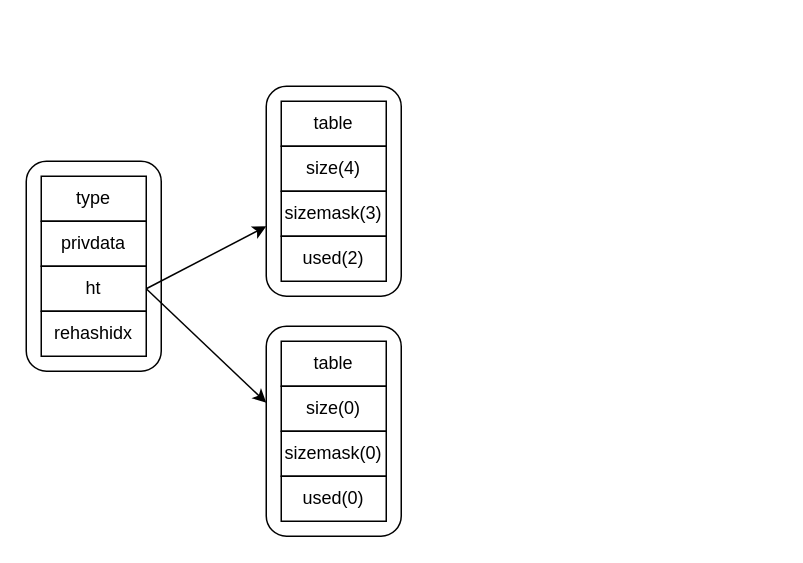
buxiangchixiangcai/draw keeps this draw.io diagram as redis/哈希数据结构.drawio. Above is the earlier version. Source tidied: cells renumbered, new cells numbered last; positions are measured from the earlier drawing's top-left corner, leaving out a move shared by most shapes. Both pictures are drawn from the tidied source at 150%, with x=0, y=0 at pixel (26, 86).
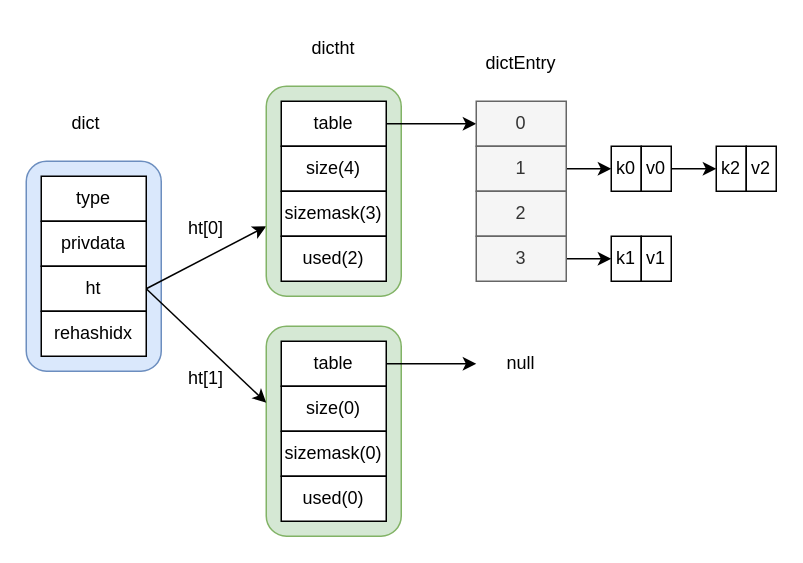
The same diagram, later.

Commit message (it also covers changes not shown here):
更新哈希数据结构.drawio

The change refers to these unchanged cells:
```xml
<mxCell id="9" value="table" style="rounded=0;whiteSpace=wrap;html=1;" parent="1" vertex="1">
  <mxGeometry x="170" y="10" width="70" height="30" as="geometry" />
</mxCell>
<mxCell id="14" value="table" style="rounded=0;whiteSpace=wrap;html=1;" parent="1" vertex="1">
  <mxGeometry x="170" y="170" width="70" height="30" as="geometry" />
</mxCell>
```

Change to the diagram source:
```diff
@@
-    <mxCell id="2" style="rounded=1;whiteSpace=wrap;html=1;" parent="1" vertex="1">
+    <mxCell id="2" style="rounded=1;whiteSpace=wrap;html=1;fillColor=#dae8fc;strokeColor=#6c8ebf;" parent="1" vertex="1">
       <mxGeometry y="50" width="90" height="140" as="geometry" />
     </mxCell>
@@
-    <mxCell id="8" style="rounded=1;whiteSpace=wrap;html=1;" parent="1" vertex="1">
+    <mxCell id="8" style="rounded=1;whiteSpace=wrap;html=1;fillColor=#d5e8d4;strokeColor=#82b366;" parent="1" vertex="1">
       <mxGeometry x="160" width="90" height="140" as="geometry" />
     </mxCell>
+    <mxCell id="19" style="edgeStyle=orthogonalEdgeStyle;rounded=0;jettySize=auto;html=1;entryX=0;entryY=0.5;entryDx=0;entryDy=0;" parent="1" edge="1" source="9" target="21">
+      <mxGeometry relative="1" as="geometry" />
+    </mxCell>
@@
-    <mxCell id="13" style="rounded=1;whiteSpace=wrap;html=1;" parent="1" vertex="1">
+    <mxCell id="13" style="rounded=1;whiteSpace=wrap;html=1;fillColor=#d5e8d4;strokeColor=#82b366;" parent="1" vertex="1">
       <mxGeometry x="160" y="160" width="90" height="140" as="geometry" />
     </mxCell>
+    <mxCell id="20" style="edgeStyle=orthogonalEdgeStyle;rounded=0;jettySize=auto;html=1;" parent="1" edge="1" source="14" target="34">
+      <mxGeometry relative="1" as="geometry" />
+    </mxCell>
@@
+    <mxCell id="21" value="0" style="rounded=0;whiteSpace=wrap;html=1;fillColor=#f5f5f5;fontColor=#333333;strokeColor=#666666;" parent="1" vertex="1">
+      <mxGeometry x="300" y="10" width="60" height="30" as="geometry" />
+    </mxCell>
+    <mxCell id="22" style="edgeStyle=orthogonalEdgeStyle;rounded=0;jettySize=auto;html=1;" parent="1" edge="1" source="23" target="27">
+      <mxGeometry relative="1" as="geometry" />
+    </mxCell>
+    <mxCell id="23" value="1" style="rounded=0;whiteSpace=wrap;html=1;fillColor=#f5f5f5;fontColor=#333333;strokeColor=#666666;" parent="1" vertex="1">
+      <mxGeometry x="300" y="40" width="60" height="30" as="geometry" />
+    </mxCell>
+    <mxCell id="24" value="2" style="rounded=0;whiteSpace=wrap;html=1;fillColor=#f5f5f5;fontColor=#333333;strokeColor=#666666;" parent="1" vertex="1">
+      <mxGeometry x="300" y="70" width="60" height="30" as="geometry" />
+    </mxCell>
+    <mxCell id="25" style="edgeStyle=orthogonalEdgeStyle;rounded=0;jettySize=auto;html=1;entryX=0;entryY=0.5;entryDx=0;entryDy=0;" parent="1" edge="1" source="26" target="32">
+      <mxGeometry relative="1" as="geometry" />
+    </mxCell>
+    <mxCell id="26" value="3" style="rounded=0;whiteSpace=wrap;html=1;fillColor=#f5f5f5;fontColor=#333333;strokeColor=#666666;" parent="1" vertex="1">
+      <mxGeometry x="300" y="100" width="60" height="30" as="geometry" />
+    </mxCell>
+    <mxCell id="27" value="k0" style="rounded=0;whiteSpace=wrap;html=1;" parent="1" vertex="1">
+      <mxGeometry x="390" y="40" width="20" height="30" as="geometry" />
+    </mxCell>
+    <mxCell id="28" style="edgeStyle=orthogonalEdgeStyle;rounded=0;jettySize=auto;html=1;entryX=0;entryY=0.5;entryDx=0;entryDy=0;" parent="1" edge="1" source="29" target="30">
+      <mxGeometry relative="1" as="geometry" />
+    </mxCell>
+    <mxCell id="29" value="v0" style="rounded=0;whiteSpace=wrap;html=1;" parent="1" vertex="1">
+      <mxGeometry x="410" y="40" width="20" height="30" as="geometry" />
+    </mxCell>
+    <mxCell id="30" value="k2" style="rounded=0;whiteSpace=wrap;html=1;" parent="1" vertex="1">
+      <mxGeometry x="460" y="40" width="20" height="30" as="geometry" />
+    </mxCell>
+    <mxCell id="31" value="v2" style="rounded=0;whiteSpace=wrap;html=1;" parent="1" vertex="1">
+      <mxGeometry x="480" y="40" width="20" height="30" as="geometry" />
+    </mxCell>
+    <mxCell id="32" value="k1" style="rounded=0;whiteSpace=wrap;html=1;" parent="1" vertex="1">
+      <mxGeometry x="390" y="100" width="20" height="30" as="geometry" />
+    </mxCell>
+    <mxCell id="33" value="v1" style="rounded=0;whiteSpace=wrap;html=1;" parent="1" vertex="1">
+      <mxGeometry x="410" y="100" width="20" height="30" as="geometry" />
+    </mxCell>
+    <mxCell id="34" value="null" style="text;html=1;align=center;verticalAlign=middle;whiteSpace=wrap;rounded=0;" parent="1" vertex="1">
+      <mxGeometry x="300" y="170" width="60" height="30" as="geometry" />
+    </mxCell>
+    <mxCell id="35" value="ht[0]" style="text;html=1;align=center;verticalAlign=middle;whiteSpace=wrap;rounded=0;" parent="1" vertex="1">
+      <mxGeometry x="90" y="80" width="60" height="30" as="geometry" />
+    </mxCell>
+    <mxCell id="36" value="ht[1]" style="text;html=1;align=center;verticalAlign=middle;whiteSpace=wrap;rounded=0;" parent="1" vertex="1">
+      <mxGeometry x="90" y="180" width="60" height="30" as="geometry" />
+    </mxCell>
+    <mxCell id="37" value="dict" style="text;html=1;align=center;verticalAlign=middle;whiteSpace=wrap;rounded=0;" parent="1" vertex="1">
+      <mxGeometry x="10" y="10" width="60" height="30" as="geometry" />
+    </mxCell>
+    <mxCell id="38" value="dictht" style="text;html=1;align=center;verticalAlign=middle;whiteSpace=wrap;rounded=0;" parent="1" vertex="1">
+      <mxGeometry x="175" y="-40" width="60" height="30" as="geometry" />
+    </mxCell>
+    <mxCell id="39" value="dictEntry" style="text;html=1;align=center;verticalAlign=middle;whiteSpace=wrap;rounded=0;" parent="1" vertex="1">
+      <mxGeometry x="300" y="-30" width="60" height="30" as="geometry" />
+    </mxCell>
```
